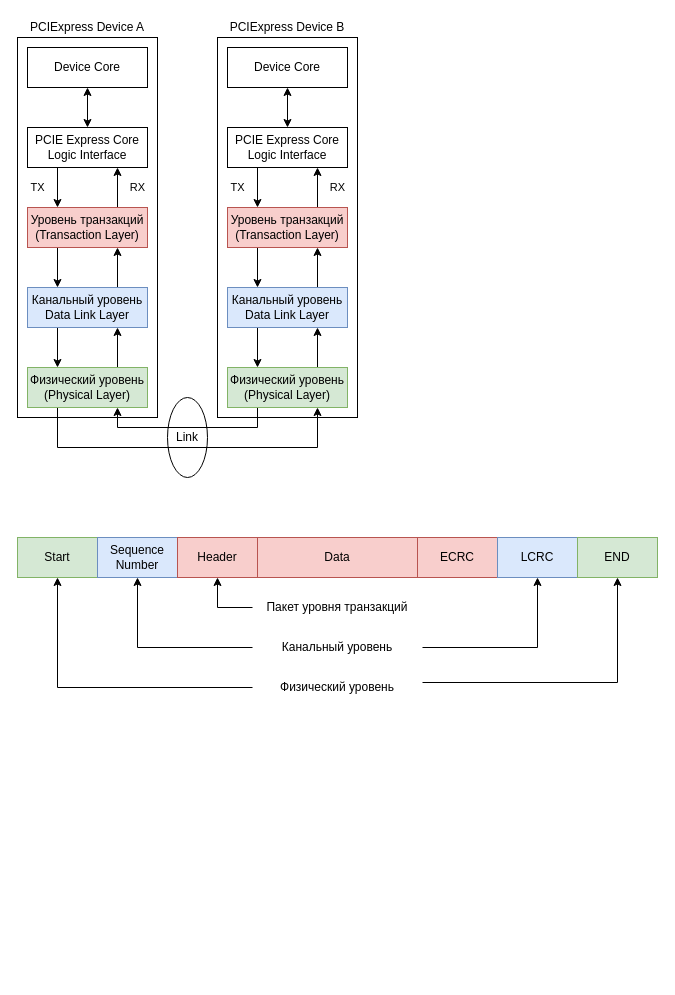
Earlier version of the draw.io diagram doc/pic/pcie_layers.drawio (PavlenkoG/ECP5_PCIE_Analyzer). Source tidied: cells renumbered, new cells numbered last; positions are measured from the earlier drawing's top-left corner, leaving out a move shared by most shapes. Both pictures are drawn from the tidied source at 100%, with x=0, y=0 at pixel (17, 17).
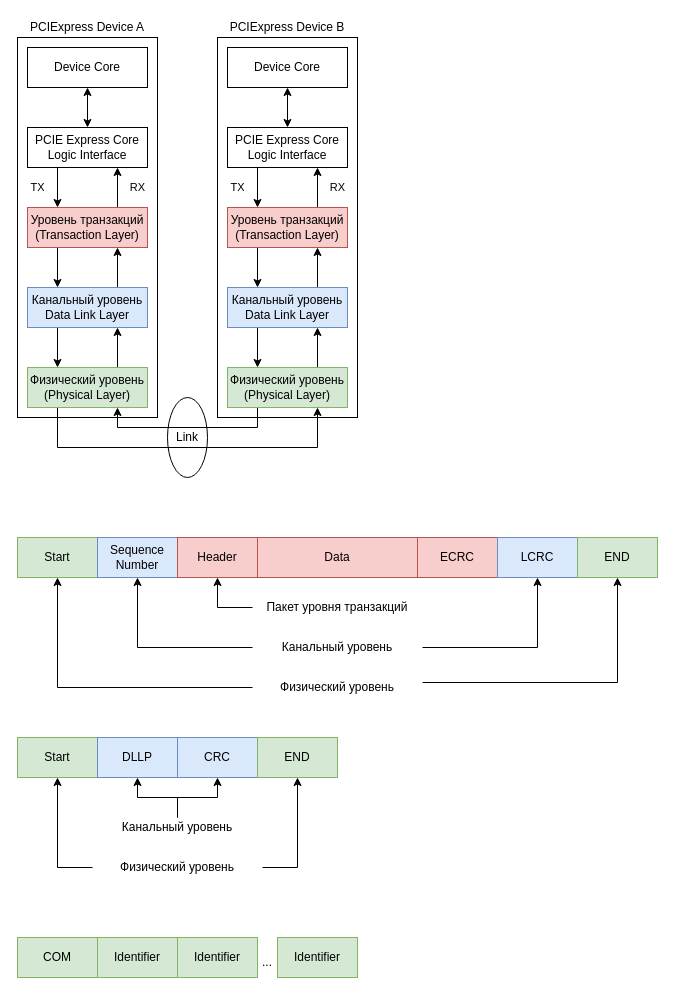
The same page after the edit.

Change to the diagram source:
```diff
@@
+    <mxCell id="48" value="Start" style="rounded=0;whiteSpace=wrap;html=1;fillColor=#d5e8d4;strokeColor=#82b366;" parent="1" vertex="1">
+      <mxGeometry y="720" width="80" height="40" as="geometry" />
+    </mxCell>
+    <mxCell id="49" value="DLLP" style="rounded=0;whiteSpace=wrap;html=1;fillColor=#dae8fc;strokeColor=#6c8ebf;" parent="1" vertex="1">
+      <mxGeometry x="80" y="720" width="80" height="40" as="geometry" />
+    </mxCell>
+    <mxCell id="50" value="CRC" style="rounded=0;whiteSpace=wrap;html=1;fillColor=#dae8fc;strokeColor=#6c8ebf;" parent="1" vertex="1">
+      <mxGeometry x="160" y="720" width="80" height="40" as="geometry" />
+    </mxCell>
+    <mxCell id="51" value="END" style="rounded=0;whiteSpace=wrap;html=1;fillColor=#d5e8d4;strokeColor=#82b366;" parent="1" vertex="1">
+      <mxGeometry x="240" y="720" width="80" height="40" as="geometry" />
+    </mxCell>
+    <mxCell id="52" style="edgeStyle=orthogonalEdgeStyle;rounded=0;jettySize=auto;html=1;exitX=0.5;exitY=0;exitDx=0;exitDy=0;entryX=0.5;entryY=1;entryDx=0;entryDy=0;" parent="1" edge="1" source="54" target="50">
+      <mxGeometry relative="1" as="geometry" />
+    </mxCell>
+    <mxCell id="53" style="edgeStyle=orthogonalEdgeStyle;rounded=0;jettySize=auto;html=1;exitX=0.5;exitY=0;exitDx=0;exitDy=0;entryX=0.5;entryY=1;entryDx=0;entryDy=0;" parent="1" edge="1" source="54" target="49">
+      <mxGeometry relative="1" as="geometry" />
+    </mxCell>
+    <mxCell id="54" value="Канальный уровень" style="text;html=1;strokeColor=none;fillColor=none;align=center;verticalAlign=middle;whiteSpace=wrap;rounded=0;" parent="1" vertex="1">
+      <mxGeometry x="90" y="800" width="140" height="20" as="geometry" />
+    </mxCell>
+    <mxCell id="55" style="edgeStyle=orthogonalEdgeStyle;rounded=0;jettySize=auto;html=1;exitX=1;exitY=0.5;exitDx=0;exitDy=0;entryX=0.5;entryY=1;entryDx=0;entryDy=0;" parent="1" edge="1" source="57" target="51">
+      <mxGeometry relative="1" as="geometry" />
+    </mxCell>
+    <mxCell id="56" style="edgeStyle=orthogonalEdgeStyle;rounded=0;jettySize=auto;html=1;exitX=0;exitY=0.5;exitDx=0;exitDy=0;entryX=0.5;entryY=1;entryDx=0;entryDy=0;" parent="1" edge="1" source="57" target="48">
+      <mxGeometry relative="1" as="geometry" />
+    </mxCell>
+    <mxCell id="57" value="Физический уровень" style="text;html=1;strokeColor=none;fillColor=none;align=center;verticalAlign=middle;whiteSpace=wrap;rounded=0;" parent="1" vertex="1">
+      <mxGeometry x="75" y="840" width="170" height="20" as="geometry" />
+    </mxCell>
+    <mxCell id="58" value="COM" style="rounded=0;whiteSpace=wrap;html=1;fillColor=#d5e8d4;strokeColor=#82b366;" parent="1" vertex="1">
+      <mxGeometry y="920" width="80" height="40" as="geometry" />
+    </mxCell>
+    <mxCell id="59" value="Identifier" style="rounded=0;whiteSpace=wrap;html=1;fillColor=#d5e8d4;strokeColor=#82b366;" parent="1" vertex="1">
+      <mxGeometry x="80" y="920" width="80" height="40" as="geometry" />
+    </mxCell>
+    <mxCell id="60" value="Identifier" style="rounded=0;whiteSpace=wrap;html=1;fillColor=#d5e8d4;strokeColor=#82b366;" parent="1" vertex="1">
+      <mxGeometry x="160" y="920" width="80" height="40" as="geometry" />
+    </mxCell>
+    <mxCell id="61" value="Identifier" style="rounded=0;whiteSpace=wrap;html=1;fillColor=#d5e8d4;strokeColor=#82b366;" parent="1" vertex="1">
+      <mxGeometry x="260" y="920" width="80" height="40" as="geometry" />
+    </mxCell>
+    <mxCell id="62" value="..." style="text;html=1;strokeColor=none;fillColor=none;align=center;verticalAlign=middle;whiteSpace=wrap;rounded=0;" parent="1" vertex="1">
+      <mxGeometry x="220" y="930" width="60" height="30" as="geometry" />
+    </mxCell>
```
